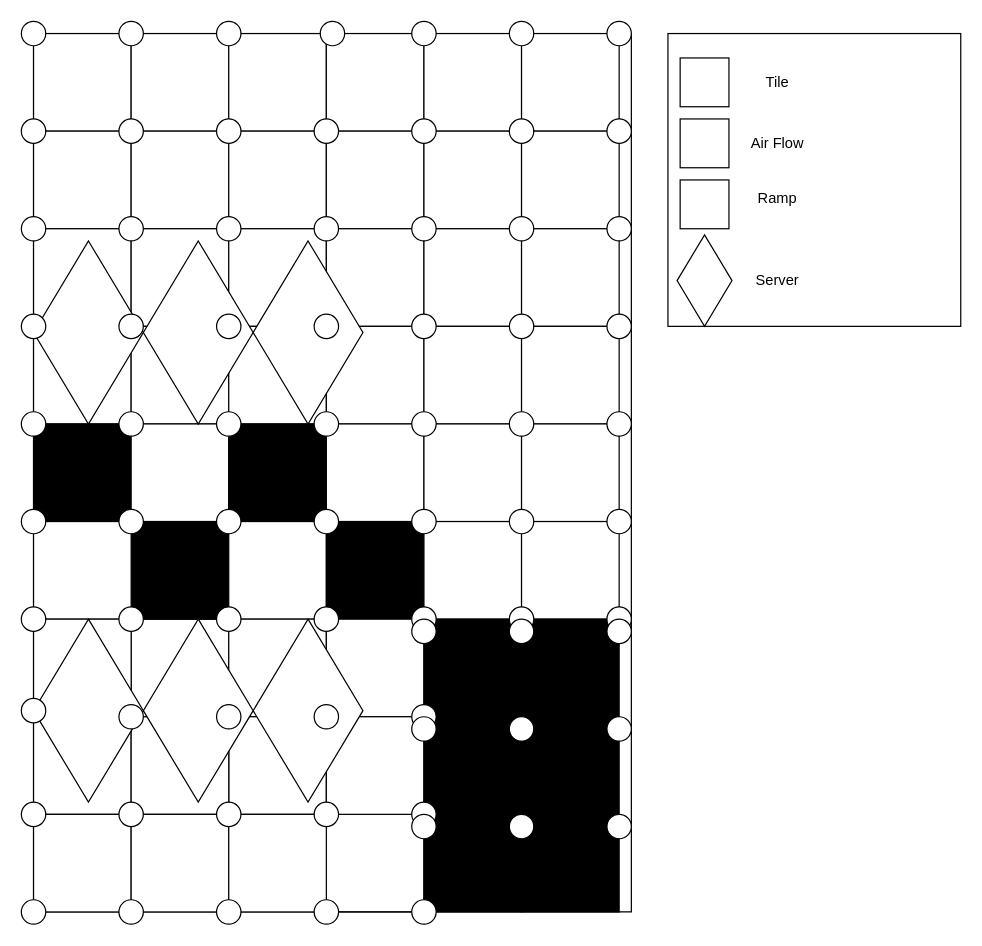
Above: datahall.drawio in zrsolis/01datahall (draw.io), before the change. Source tidied: cells renumbered, new cells numbered last; positions are measured from the earlier drawing's top-left corner, leaving out a move shared by most shapes. Both pictures are drawn from the tidied source at 122%, with x=0, y=0 at pixel (21, 21).
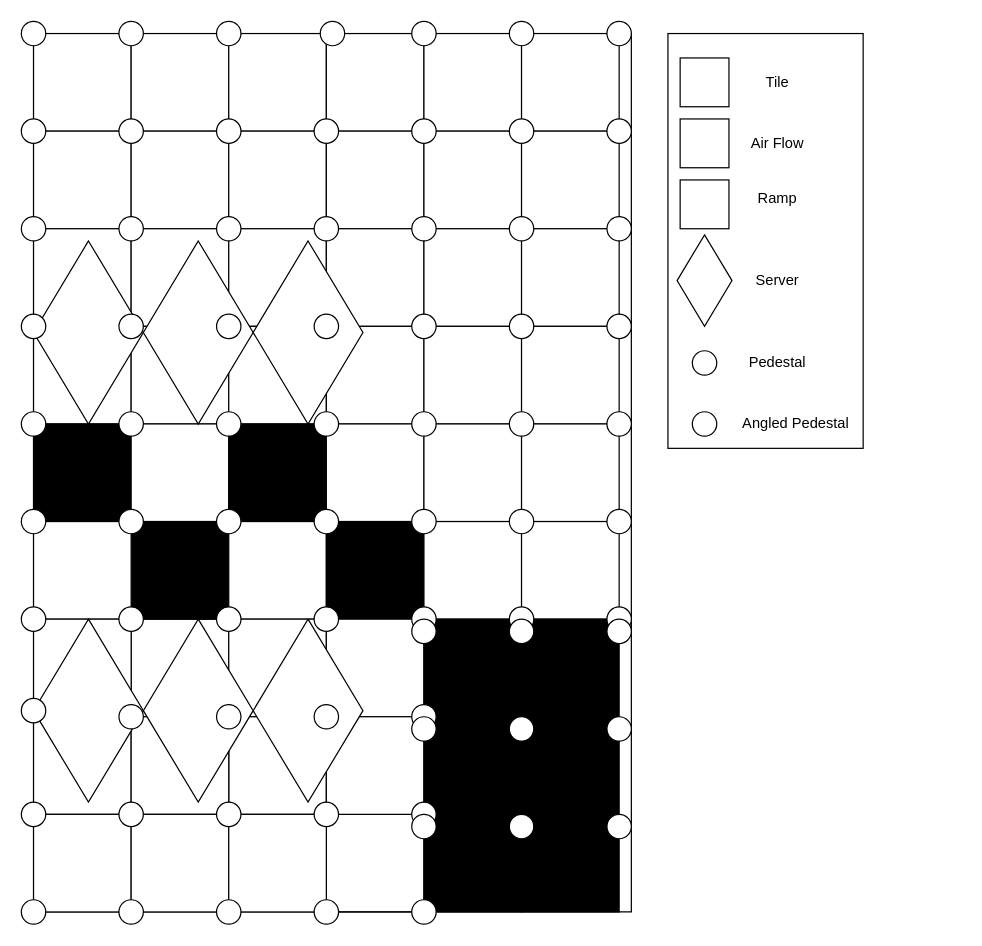
The same page after the edit.

Diff of the diagram source:
```diff
@@
     <mxCell id="116" style="whiteSpace=wrap;html=1;fillStyle=solid;fillColor=light-dark(#FFFFFF,#FFFFFF);" parent="1" vertex="1">
-      <mxGeometry x="530" y="10" width="240" height="240" as="geometry" />
+      <mxGeometry x="530" y="10" width="160" height="340" as="geometry" />
     </mxCell>
@@
+    <mxCell id="145" style="ellipse;whiteSpace=wrap;html=1;fillColor=light-dark(#FFFFFF,#FF0000);" parent="1" vertex="1">
+      <mxGeometry x="550" y="270" width="20" height="20" as="geometry" />
+    </mxCell>
+    <mxCell id="146" style="ellipse;whiteSpace=wrap;html=1;fillColor=light-dark(#FFFFFF,#00FF00);" parent="1" vertex="1">
+      <mxGeometry x="550" y="320" width="20" height="20" as="geometry" />
+    </mxCell>
+    <mxCell id="147" value="Pedestal" style="text;html=1;align=center;verticalAlign=middle;whiteSpace=wrap;rounded=0;fontColor=light-dark(#000000,#000000);" parent="1" vertex="1">
+      <mxGeometry x="590" y="265" width="60" height="30" as="geometry" />
+    </mxCell>
+    <mxCell id="148" value="&lt;font style=&quot;color: light-dark(rgb(0, 0, 0), rgb(0, 0, 0));&quot;&gt;Angled Pedestal&lt;/font&gt;" style="text;html=1;align=center;verticalAlign=middle;whiteSpace=wrap;rounded=0;" parent="1" vertex="1">
+      <mxGeometry x="590" y="315" width="90" height="30" as="geometry" />
+    </mxCell>
```
